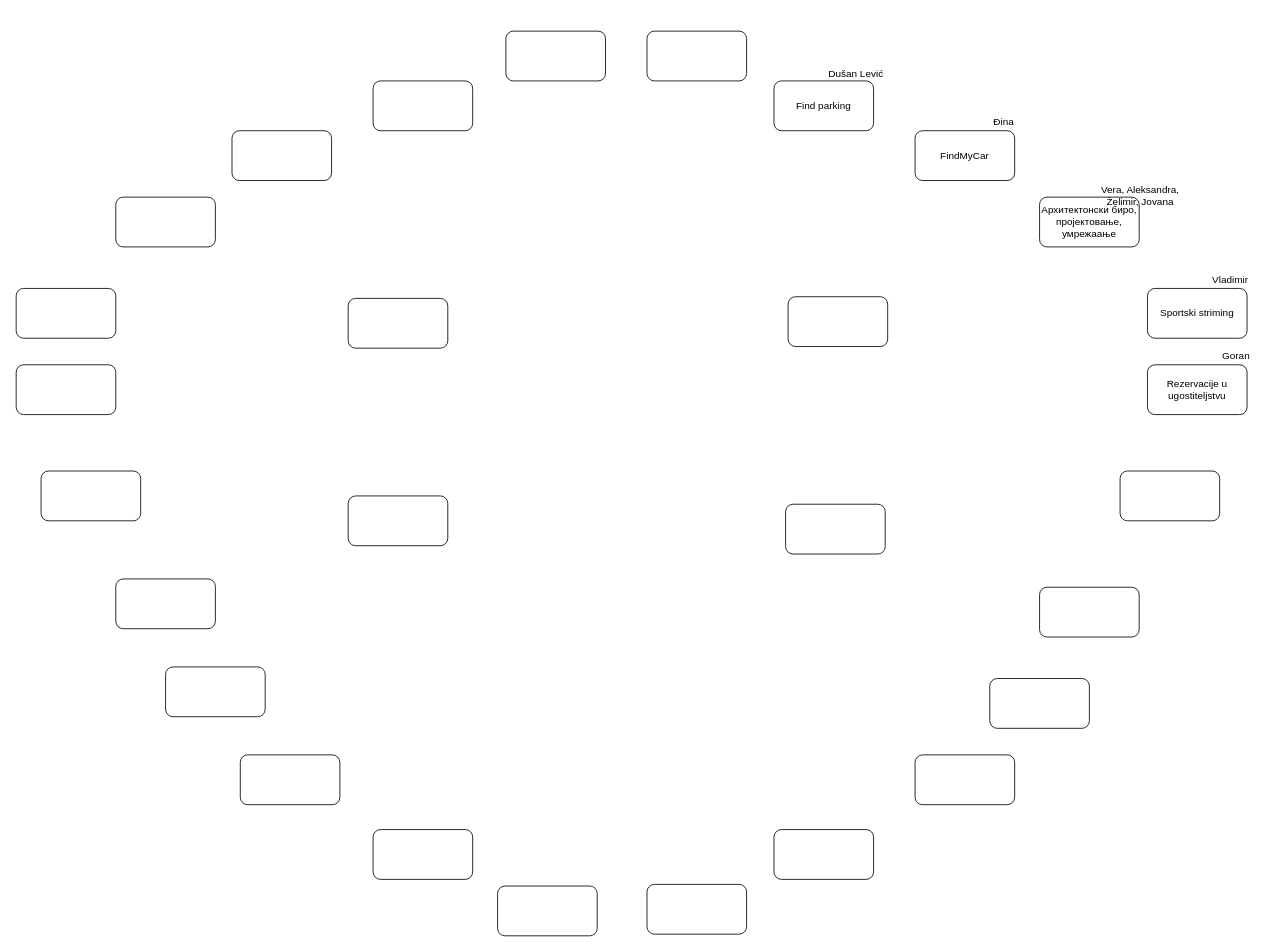
This is EP - ideje.drawio from konzula/ITSPraksa---Agilni-razvoj, a draw.io file, before an edit. Source tidied: cells renumbered, new cells numbered last; positions are measured from the earlier drawing's top-left corner, leaving out a move shared by most shapes. Both pictures are drawn from the tidied source at 83%, with x=0, y=0 at pixel (16, 31).
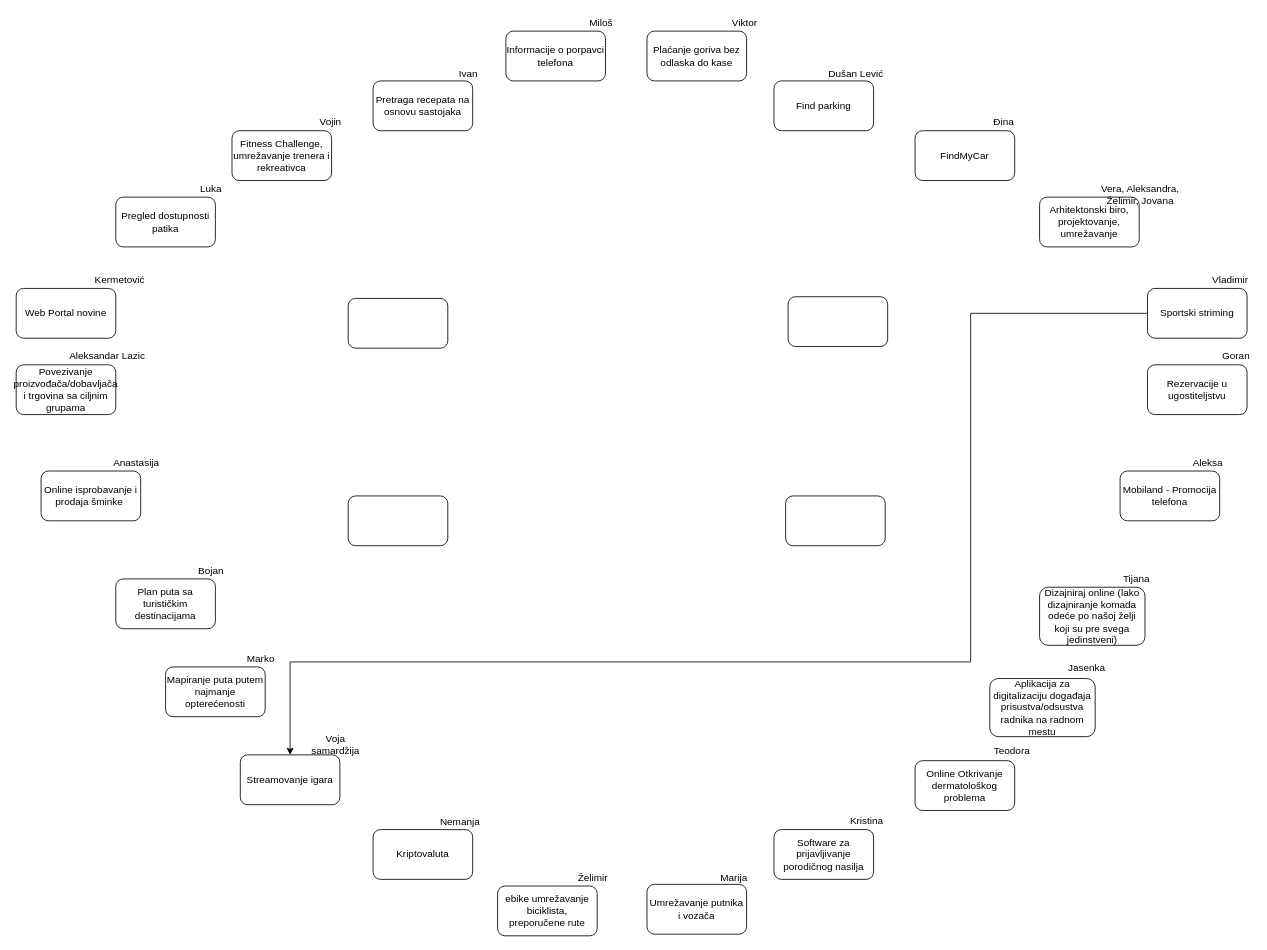
After the change.

Commit message:
Ideje - novija verzija

The change refers to these unchanged cells:
```xml
<mxCell id="12" value="Sportski striming" style="rounded=1;whiteSpace=wrap;html=1;" parent="1" vertex="1">
  <mxGeometry x="1363" y="310" width="120" height="60" as="geometry" />
</mxCell>
```

Change to the diagram source:
```diff
@@
-    <mxCell id="3" style="rounded=1;whiteSpace=wrap;html=1;" parent="1" vertex="1">
+    <mxCell id="3" value="Web Portal novine" style="rounded=1;whiteSpace=wrap;html=1;" parent="1" vertex="1">
       <mxGeometry y="310" width="120" height="60" as="geometry" />
     </mxCell>
-    <mxCell id="4" style="rounded=1;whiteSpace=wrap;html=1;" parent="1" vertex="1">
+    <mxCell id="4" value="Povezivanje proizvođača/dobavljača i trgovina sa ciljnim grupama" style="rounded=1;whiteSpace=wrap;html=1;" parent="1" vertex="1">
       <mxGeometry y="402" width="120" height="60" as="geometry" />
     </mxCell>
-    <mxCell id="5" style="rounded=1;whiteSpace=wrap;html=1;" parent="1" vertex="1">
+    <mxCell id="5" value="Plan puta sa turističkim destinacijama" style="rounded=1;whiteSpace=wrap;html=1;" parent="1" vertex="1">
       <mxGeometry x="120" y="660" width="120" height="60" as="geometry" />
     </mxCell>
-    <mxCell id="6" style="rounded=1;whiteSpace=wrap;html=1;" parent="1" vertex="1">
+    <mxCell id="6" value="Streamovanje igara" style="rounded=1;whiteSpace=wrap;html=1;" parent="1" vertex="1">
       <mxGeometry x="270" y="872" width="120" height="60" as="geometry" />
     </mxCell>
-    <mxCell id="7" style="rounded=1;whiteSpace=wrap;html=1;" parent="1" vertex="1">
+    <mxCell id="7" value="Kriptovaluta" style="rounded=1;whiteSpace=wrap;html=1;" parent="1" vertex="1">
       <mxGeometry x="430" y="962" width="120" height="60" as="geometry" />
     </mxCell>
-    <mxCell id="8" style="rounded=1;whiteSpace=wrap;html=1;" parent="1" vertex="1">
+    <mxCell id="8" value="Software za prijavljivanje porodičnog nasilja" style="rounded=1;whiteSpace=wrap;html=1;" parent="1" vertex="1">
       <mxGeometry x="913" y="962" width="120" height="60" as="geometry" />
     </mxCell>
-    <mxCell id="9" style="rounded=1;whiteSpace=wrap;html=1;" parent="1" vertex="1">
-      <mxGeometry x="1083" y="872" width="120" height="60" as="geometry" />
+    <mxCell id="9" value="Online Otkrivanje dermatološkog problema" style="rounded=1;whiteSpace=wrap;html=1;" parent="1" vertex="1">
+      <mxGeometry x="1083" y="879" width="120" height="60" as="geometry" />
     </mxCell>
-    <mxCell id="10" style="rounded=1;whiteSpace=wrap;html=1;" parent="1" vertex="1">
-      <mxGeometry x="1233" y="670" width="120" height="60" as="geometry" />
+    <mxCell id="10" value="Dizajniraj online (lako dizajniranje komada odeće po našoj želji koji su pre svega jedinstveni)" style="rounded=1;whiteSpace=wrap;html=1;" parent="1" vertex="1">
+      <mxGeometry x="1233" y="670" width="127" height="70" as="geometry" />
     </mxCell>
@@
+    <mxCell id="35" style="edgeStyle=orthogonalEdgeStyle;rounded=0;jettySize=auto;html=1;exitX=0;exitY=0.5;exitDx=0;exitDy=0;" parent="1" edge="1" source="12" target="6">
+      <mxGeometry relative="1" as="geometry">
+        <Array as="points">
+          <mxPoint x="1150" y="340" />
+          <mxPoint x="1150" y="760" />
+          <mxPoint x="330" y="760" />
+        </Array>
+      </mxGeometry>
+    </mxCell>
@@
-    <mxCell id="13" value="Архитектонски биро,&lt;br&gt;пројектовање, умрежаање" style="rounded=1;whiteSpace=wrap;html=1;" parent="1" vertex="1">
+    <mxCell id="13" value="Arhitektonski biro, projektovanje, umrežavanje" style="rounded=1;whiteSpace=wrap;html=1;" parent="1" vertex="1">
       <mxGeometry x="1233" y="200" width="120" height="60" as="geometry" />
     </mxCell>
@@
-    <mxCell id="15" style="rounded=1;whiteSpace=wrap;html=1;" parent="1" vertex="1">
+    <mxCell id="15" value="Pretraga recepata na osnovu sastojaka" style="rounded=1;whiteSpace=wrap;html=1;" parent="1" vertex="1">
       <mxGeometry x="430" y="60" width="120" height="60" as="geometry" />
     </mxCell>
@@
-    <mxCell id="18" style="rounded=1;whiteSpace=wrap;html=1;" parent="1" vertex="1">
+    <mxCell id="18" value="Pregled dostupnosti patika" style="rounded=1;whiteSpace=wrap;html=1;" parent="1" vertex="1">
       <mxGeometry x="120" y="200" width="120" height="60" as="geometry" />
     </mxCell>
-    <mxCell id="19" style="rounded=1;whiteSpace=wrap;html=1;" parent="1" vertex="1">
+    <mxCell id="19" value="Fitness Challenge, umrežavanje trenera i rekreativca" style="rounded=1;whiteSpace=wrap;html=1;" parent="1" vertex="1">
       <mxGeometry x="260" y="120" width="120" height="60" as="geometry" />
     </mxCell>
     <mxCell id="20" value="Vera, Aleksandra, Želimir, Jovana" style="text;html=1;strokeColor=none;fillColor=none;align=center;verticalAlign=middle;whiteSpace=wrap;rounded=0;" parent="1" vertex="1">
-      <mxGeometry x="1293" y="188" width="123" height="20" as="geometry" />
+      <mxGeometry x="1293" y="187" width="123" height="20" as="geometry" />
     </mxCell>
@@
-    <mxCell id="25" style="rounded=1;whiteSpace=wrap;html=1;" parent="1" vertex="1">
+    <mxCell id="25" value="Informacije o porpavci telefona" style="rounded=1;whiteSpace=wrap;html=1;" parent="1" vertex="1">
       <mxGeometry x="590" width="120" height="60" as="geometry" />
     </mxCell>
-    <mxCell id="26" style="rounded=1;whiteSpace=wrap;html=1;" parent="1" vertex="1">
+    <mxCell id="26" value="Plaćanje goriva bez odlaska do kase" style="rounded=1;whiteSpace=wrap;html=1;" parent="1" vertex="1">
       <mxGeometry x="760" width="120" height="60" as="geometry" />
     </mxCell>
-    <mxCell id="27" style="rounded=1;whiteSpace=wrap;html=1;" parent="1" vertex="1">
+    <mxCell id="27" value="ebike umrežavanje biciklista, preporučene rute" style="rounded=1;whiteSpace=wrap;html=1;" parent="1" vertex="1">
       <mxGeometry x="580" y="1030" width="120" height="60" as="geometry" />
     </mxCell>
-    <mxCell id="28" style="rounded=1;whiteSpace=wrap;html=1;" parent="1" vertex="1">
+    <mxCell id="28" value="Umrežavanje putnika i vozača" style="rounded=1;whiteSpace=wrap;html=1;" parent="1" vertex="1">
       <mxGeometry x="760" y="1028" width="120" height="60" as="geometry" />
     </mxCell>
-    <mxCell id="29" style="rounded=1;whiteSpace=wrap;html=1;" parent="1" vertex="1">
+    <mxCell id="29" value="Mapiranje puta putem najmanje opterećenosti" style="rounded=1;whiteSpace=wrap;html=1;" parent="1" vertex="1">
       <mxGeometry x="180" y="766" width="120" height="60" as="geometry" />
     </mxCell>
-    <mxCell id="30" style="rounded=1;whiteSpace=wrap;html=1;" parent="1" vertex="1">
+    <mxCell id="30" value="Online isprobavanje i prodaja šminke&amp;nbsp;" style="rounded=1;whiteSpace=wrap;html=1;" parent="1" vertex="1">
       <mxGeometry x="30" y="530" width="120" height="60" as="geometry" />
     </mxCell>
-    <mxCell id="31" style="rounded=1;whiteSpace=wrap;html=1;" parent="1" vertex="1">
-      <mxGeometry x="1173" y="780" width="120" height="60" as="geometry" />
+    <mxCell id="31" value="Aplikacija za digitalizaciju događaja prisustva/odsustva radnika na radnom mestu" style="rounded=1;whiteSpace=wrap;html=1;" parent="1" vertex="1">
+      <mxGeometry x="1173" y="780" width="127" height="70" as="geometry" />
     </mxCell>
-    <mxCell id="32" style="rounded=1;whiteSpace=wrap;html=1;" parent="1" vertex="1">
+    <mxCell id="32" value="Mobiland - Promocija telefona" style="rounded=1;whiteSpace=wrap;html=1;" parent="1" vertex="1">
       <mxGeometry x="1330" y="530" width="120" height="60" as="geometry" />
     </mxCell>
@@
     <mxCell id="34" style="rounded=1;whiteSpace=wrap;html=1;" parent="1" vertex="1">
-      <mxGeometry x="927" y="570" width="120" height="60" as="geometry" />
+      <mxGeometry x="927" y="560" width="120" height="60" as="geometry" />
     </mxCell>
+    <mxCell id="36" value="Viktor" style="text;html=1;strokeColor=none;fillColor=none;align=center;verticalAlign=middle;whiteSpace=wrap;rounded=0;" parent="1" vertex="1">
+      <mxGeometry x="843" y="-20" width="70" height="20" as="geometry" />
+    </mxCell>
+    <mxCell id="37" value="Miloš" style="text;html=1;strokeColor=none;fillColor=none;align=center;verticalAlign=middle;whiteSpace=wrap;rounded=0;" parent="1" vertex="1">
+      <mxGeometry x="670" y="-20" width="70" height="20" as="geometry" />
+    </mxCell>
+    <mxCell id="38" value="Ivan" style="text;html=1;strokeColor=none;fillColor=none;align=center;verticalAlign=middle;whiteSpace=wrap;rounded=0;" parent="1" vertex="1">
+      <mxGeometry x="510" y="42" width="70" height="20" as="geometry" />
+    </mxCell>
+    <mxCell id="39" value="Vojin" style="text;html=1;strokeColor=none;fillColor=none;align=center;verticalAlign=middle;whiteSpace=wrap;rounded=0;" parent="1" vertex="1">
+      <mxGeometry x="344" y="100" width="70" height="20" as="geometry" />
+    </mxCell>
+    <mxCell id="40" value="Luka" style="text;html=1;strokeColor=none;fillColor=none;align=center;verticalAlign=middle;whiteSpace=wrap;rounded=0;" parent="1" vertex="1">
+      <mxGeometry x="200" y="180" width="70" height="20" as="geometry" />
+    </mxCell>
+    <mxCell id="41" value="Kermetović" style="text;html=1;strokeColor=none;fillColor=none;align=center;verticalAlign=middle;whiteSpace=wrap;rounded=0;" parent="1" vertex="1">
+      <mxGeometry x="90" y="290" width="70" height="20" as="geometry" />
+    </mxCell>
+    <mxCell id="42" value="Aleksandar Lazic" style="text;html=1;strokeColor=none;fillColor=none;align=center;verticalAlign=middle;whiteSpace=wrap;rounded=0;" parent="1" vertex="1">
+      <mxGeometry x="60" y="382" width="100" height="20" as="geometry" />
+    </mxCell>
+    <mxCell id="43" value="Anastasija" style="text;html=1;strokeColor=none;fillColor=none;align=center;verticalAlign=middle;whiteSpace=wrap;rounded=0;" parent="1" vertex="1">
+      <mxGeometry x="110" y="510" width="70" height="20" as="geometry" />
+    </mxCell>
+    <mxCell id="44" value="Bojan" style="text;html=1;strokeColor=none;fillColor=none;align=center;verticalAlign=middle;whiteSpace=wrap;rounded=0;" parent="1" vertex="1">
+      <mxGeometry x="200" y="640" width="70" height="20" as="geometry" />
+    </mxCell>
+    <mxCell id="45" value="Marko" style="text;html=1;strokeColor=none;fillColor=none;align=center;verticalAlign=middle;whiteSpace=wrap;rounded=0;" parent="1" vertex="1">
+      <mxGeometry x="260" y="746" width="70" height="20" as="geometry" />
+    </mxCell>
+    <mxCell id="46" value="Voja samardžija" style="text;html=1;strokeColor=none;fillColor=none;align=center;verticalAlign=middle;whiteSpace=wrap;rounded=0;" parent="1" vertex="1">
+      <mxGeometry x="350" y="850" width="70" height="20" as="geometry" />
+    </mxCell>
+    <mxCell id="47" value="Nemanja" style="text;html=1;strokeColor=none;fillColor=none;align=center;verticalAlign=middle;whiteSpace=wrap;rounded=0;" parent="1" vertex="1">
+      <mxGeometry x="500" y="943" width="70" height="20" as="geometry" />
+    </mxCell>
+    <mxCell id="48" value="Želimir" style="text;html=1;strokeColor=none;fillColor=none;align=center;verticalAlign=middle;whiteSpace=wrap;rounded=0;" parent="1" vertex="1">
+      <mxGeometry x="660" y="1010" width="70" height="20" as="geometry" />
+    </mxCell>
+    <mxCell id="49" value="Marija" style="text;html=1;strokeColor=none;fillColor=none;align=center;verticalAlign=middle;whiteSpace=wrap;rounded=0;" parent="1" vertex="1">
+      <mxGeometry x="830" y="1010" width="70" height="20" as="geometry" />
+    </mxCell>
+    <mxCell id="50" value="Kristina" style="text;html=1;strokeColor=none;fillColor=none;align=center;verticalAlign=middle;whiteSpace=wrap;rounded=0;" parent="1" vertex="1">
+      <mxGeometry x="990" y="942" width="70" height="20" as="geometry" />
+    </mxCell>
+    <mxCell id="51" value="Teodora" style="text;html=1;strokeColor=none;fillColor=none;align=center;verticalAlign=middle;whiteSpace=wrap;rounded=0;" parent="1" vertex="1">
+      <mxGeometry x="1180" y="858" width="40" height="20" as="geometry" />
+    </mxCell>
+    <mxCell id="52" value="Jasenka" style="text;html=1;strokeColor=none;fillColor=none;align=center;verticalAlign=middle;whiteSpace=wrap;rounded=0;" parent="1" vertex="1">
+      <mxGeometry x="1270" y="758" width="40" height="20" as="geometry" />
+    </mxCell>
+    <mxCell id="53" value="Tijana" style="text;html=1;strokeColor=none;fillColor=none;align=center;verticalAlign=middle;whiteSpace=wrap;rounded=0;" parent="1" vertex="1">
+      <mxGeometry x="1330" y="650" width="40" height="20" as="geometry" />
+    </mxCell>
+    <mxCell id="54" value="Aleksa" style="text;html=1;strokeColor=none;fillColor=none;align=center;verticalAlign=middle;whiteSpace=wrap;rounded=0;" parent="1" vertex="1">
+      <mxGeometry x="1416" y="510" width="40" height="20" as="geometry" />
+    </mxCell>
```
